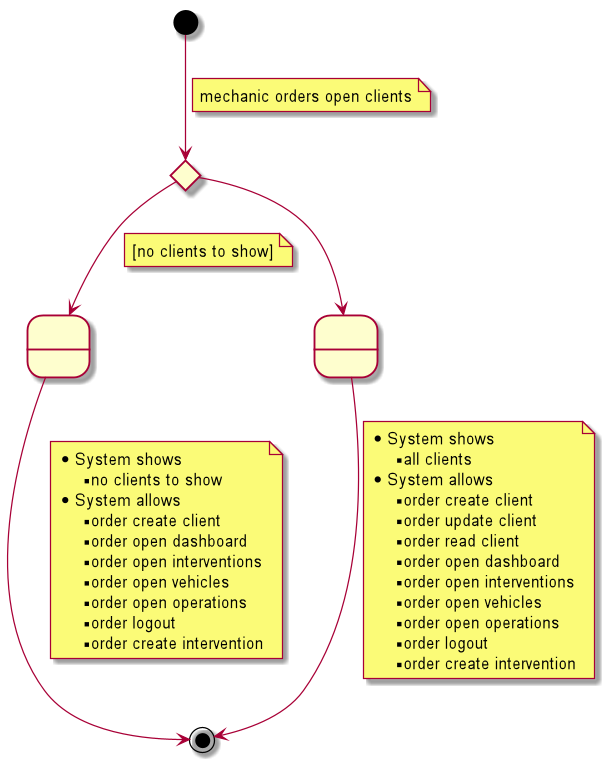
This is documentation/1requiremets/usecases_specification/png/openClients.png from Ruskab/agrimManager, a PlantUML export, as it was before one commit.
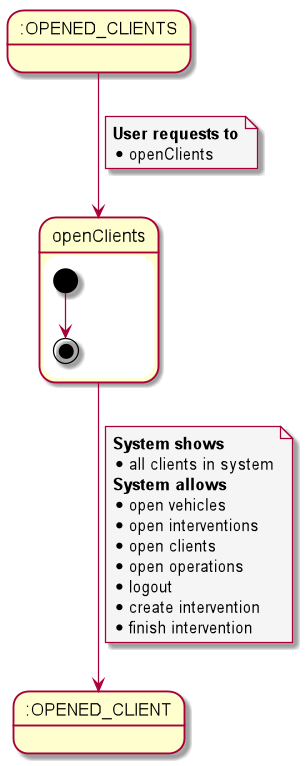
The same file after the commit.

What changed in the source:
```diff
@@ -1,49 +1,33 @@
 @startuml
+skinparam {
+        NoteBackgroundColor #whiteSmoke
+}
 
-state 1 <<choice>>
-state 2 as " "
-state 4 as " "
+state startState as ":OPENED_CLIENTS"
+state endState as ":OPENED_CLIENT"
 
-[*] --> 1
+startState --> openClients
 note on link
-    mechanic orders open clients
+<b>User requests to</b>
+* openClients
 end note
 
-1 --> 2
+state openClients {
+[*] --> [*]
+}
+
+openClients --> endState
 note on link
-    [no clients to show]
-end note
-
-1 --> 4
-
-4 --> [*]
-note on link
-    * System shows
-    ** all clients
-    * System allows
-    ** order create client
-    ** order update client
-    ** order read client
-    ** order open dashboard
-    ** order open interventions
-    ** order open vehicles
-    ** order open operations
-    ** order logout
-    ** order create intervention
-end note
-
-2 --> [*]
-note on link
-    * System shows
-    ** no clients to show
-    * System allows
-    ** order create client
-    ** order open dashboard
-    ** order open interventions
-    ** order open vehicles
-    ** order open operations
-    ** order logout
-    ** order create intervention
+<b>System shows
+* all clients in system
+<b>System allows
+* open vehicles
+* open interventions
+* open clients
+* open operations
+* logout
+* create intervention
+* finish intervention
 end note
 
 @enduml
```
